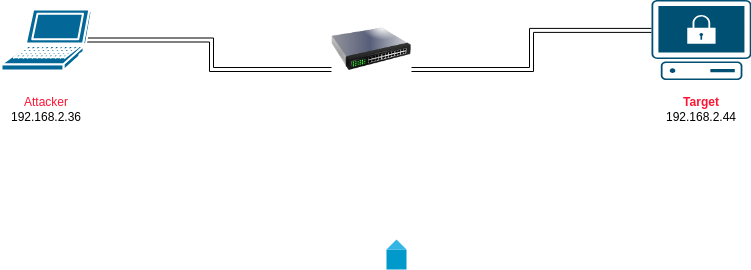
Above: example_attack/ima/log4jlab.drawio.png in malware-d/template (draw.io), before the change. Source tidied: cells renumbered, new cells last; positions are measured from the earlier drawing's top-left corner, leaving out a move shared by most shapes.
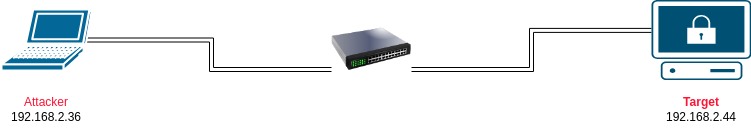
After the change.

Change to the diagram source:
```diff
@@ -27,8 +27,5 @@
         <mxGeometry x="660" y="90" width="80" height="39.5" as="geometry" />
       </mxCell>
     </object>
-    <mxCell id="9" style="verticalLabelPosition=bottom;verticalAlign=top;html=1;shadow=0;dashed=0;strokeWidth=1;shape=mxgraph.android.text_insertion_point;" parent="1" vertex="1">
-      <mxGeometry x="385" y="240" width="20" height="30" as="geometry" />
-    </mxCell>
   </root>
 </mxGraphModel>
```
